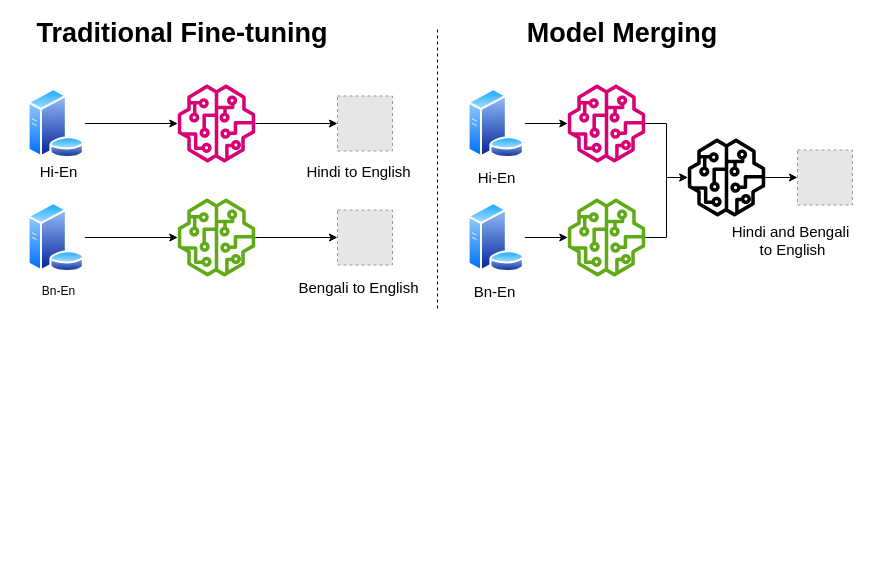
Earlier version of the draw.io diagram mt-merging.drawio (babangain/drawio). Source tidied: cells renumbered, new cells numbered last; positions are measured from the earlier drawing's top-left corner, leaving out a move shared by most shapes. Both pictures are drawn from the tidied source at 100%, with x=0, y=0 at pixel (17, 18). Pictures stored in the file or linked from it are replaced by grey dashed boxes.
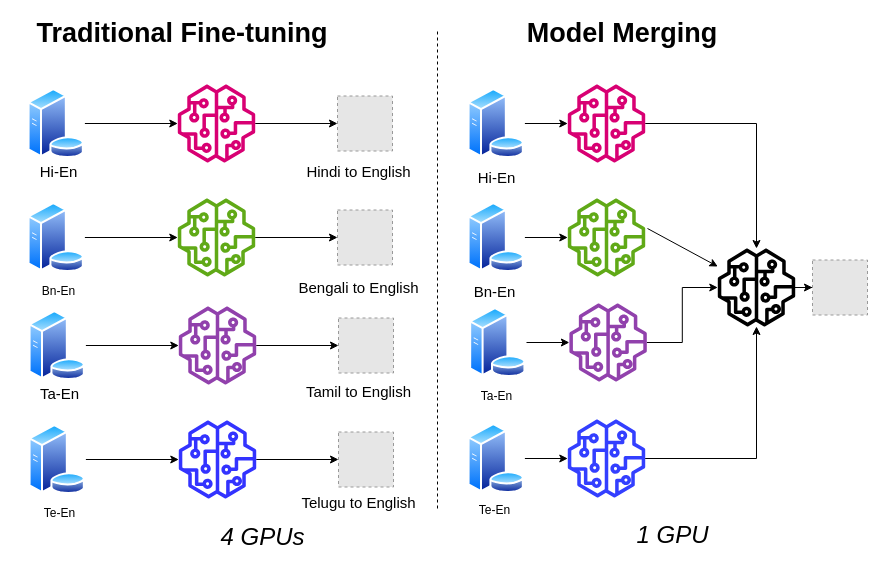
Above is the later version.

The change refers to these unchanged cells:
```xml
<mxCell id="21" style="sketch=0;outlineConnect=0;fillColor=#60a917;strokeColor=#2D7600;dashed=0;verticalLabelPosition=bottom;verticalAlign=top;align=center;html=1;fontSize=12;fontStyle=0;shape=mxgraph.aws4.sagemaker_model;fontColor=#ffffff;" parent="1" vertex="1">
  <mxGeometry x="550" y="180" width="78" height="78" as="geometry" />
</mxCell>
```

The edit, as a diff of the source:
```diff
@@
-    <mxCell id="20" style="edgeStyle=orthogonalEdgeStyle;rounded=0;jettySize=auto;html=1;" parent="1" edge="1" source="21" target="25">
-      <mxGeometry relative="1" as="geometry" />
-    </mxCell>
@@
     <mxCell id="25" style="sketch=0;outlineConnect=0;fillColor=light-dark(#2ec27e, #43303c);strokeColor=#996185;dashed=0;verticalLabelPosition=bottom;verticalAlign=top;align=center;html=1;fontSize=12;fontStyle=0;shape=mxgraph.aws4.sagemaker_model;gradientColor=#d5739d;" parent="1" vertex="1">
-      <mxGeometry x="670" y="120" width="78" height="78" as="geometry" />
+      <mxGeometry x="700" y="230" width="78" height="78" as="geometry" />
     </mxCell>
     <mxCell id="26" style="fillColor=#E6E6E6;strokeColor=#999999;dashed=1;html=1;verticalLabelPosition=bottom;labelBackgroundColor=#ffffff;verticalAlign=top;" parent="1" vertex="1">
-      <mxGeometry x="780" y="131.5" width="55" height="55" as="geometry" />
+      <mxGeometry x="795" y="241.5" width="55" height="55" as="geometry" />
     </mxCell>
@@
     <mxCell id="29" style="endArrow=none;dashed=1;html=1;rounded=0;" parent="1" edge="1">
       <mxGeometry relative="1" as="geometry">
-        <mxPoint x="420" y="290" as="sourcePoint" />
+        <mxPoint x="420" y="490" as="sourcePoint" />
         <mxPoint x="420" y="10" as="targetPoint" />
       </mxGeometry>
     </mxCell>
@@
-    <mxCell id="32" value="&lt;div&gt;&lt;font style=&quot;font-size: 15px;&quot;&gt;Hindi and Bengali&amp;nbsp;&lt;/font&gt;&lt;/div&gt;&lt;div&gt;&lt;font style=&quot;font-size: 15px;&quot;&gt;to English&lt;/font&gt;&lt;/div&gt;" style="text;html=1;align=center;verticalAlign=middle;strokeColor=none;fillColor=none;" parent="1" vertex="1">
-      <mxGeometry x="700" y="196.5" width="150" height="50" as="geometry" />
-    </mxCell>
+    <mxCell id="33" style="edgeStyle=orthogonalEdgeStyle;rounded=0;jettySize=auto;html=1;" parent="1" edge="1" source="34" target="36">
+      <mxGeometry relative="1" as="geometry" />
+    </mxCell>
+    <mxCell id="34" style="image;perimeter=ellipsePerimeter;html=1;align=center;shadow=0;dashed=0;spacingTop=3;image=img/lib/active_directory/database_server.svg;" parent="1" vertex="1">
+      <mxGeometry x="11" y="292" width="57.4" height="70" as="geometry" />
+    </mxCell>
+    <mxCell id="35" style="edgeStyle=orthogonalEdgeStyle;rounded=0;jettySize=auto;html=1;" parent="1" edge="1" source="36" target="41">
+      <mxGeometry relative="1" as="geometry" />
+    </mxCell>
+    <mxCell id="36" style="sketch=0;outlineConnect=0;fillColor=light-dark(#9141ac, #ff90f3);strokeColor=#A50040;dashed=0;verticalLabelPosition=bottom;verticalAlign=top;align=center;html=1;fontSize=12;fontStyle=0;shape=mxgraph.aws4.sagemaker_model;fontColor=#ffffff;" parent="1" vertex="1">
+      <mxGeometry x="161" y="288" width="78" height="78" as="geometry" />
+    </mxCell>
+    <mxCell id="37" style="edgeStyle=orthogonalEdgeStyle;rounded=0;jettySize=auto;html=1;" parent="1" edge="1" source="38" target="40">
+      <mxGeometry relative="1" as="geometry" />
+    </mxCell>
+    <mxCell id="38" style="image;perimeter=ellipsePerimeter;html=1;align=center;shadow=0;dashed=0;spacingTop=3;image=img/lib/active_directory/database_server.svg;" parent="1" vertex="1">
+      <mxGeometry x="11" y="406" width="57.4" height="70" as="geometry" />
+    </mxCell>
+    <mxCell id="39" style="edgeStyle=orthogonalEdgeStyle;rounded=0;jettySize=auto;html=1;" parent="1" edge="1" source="40" target="42">
+      <mxGeometry relative="1" as="geometry" />
+    </mxCell>
+    <mxCell id="40" style="sketch=0;outlineConnect=0;fillColor=#3333FF;strokeColor=#2D7600;dashed=0;verticalLabelPosition=bottom;verticalAlign=top;align=center;html=1;fontSize=12;fontStyle=0;shape=mxgraph.aws4.sagemaker_model;fontColor=#ffffff;" parent="1" vertex="1">
+      <mxGeometry x="161" y="402" width="78" height="78" as="geometry" />
+    </mxCell>
+    <mxCell id="41" style="fillColor=#E6E6E6;strokeColor=#999999;dashed=1;html=1;verticalLabelPosition=bottom;labelBackgroundColor=#ffffff;verticalAlign=top;" parent="1" vertex="1">
+      <mxGeometry x="321" y="299.5" width="55" height="55" as="geometry" />
+    </mxCell>
+    <mxCell id="42" style="fillColor=#E6E6E6;strokeColor=#999999;dashed=1;html=1;verticalLabelPosition=bottom;labelBackgroundColor=#ffffff;verticalAlign=top;" parent="1" vertex="1">
+      <mxGeometry x="321" y="413.5" width="55" height="55" as="geometry" />
+    </mxCell>
+    <mxCell id="43" value="&lt;font style=&quot;font-size: 15px;&quot;&gt;Ta-En&lt;/font&gt;" style="text;html=1;align=center;verticalAlign=middle;strokeColor=none;fillColor=none;" parent="1" vertex="1">
+      <mxGeometry x="12" y="360" width="60" height="30" as="geometry" />
+    </mxCell>
+    <mxCell id="44" value="Te-En" style="text;html=1;align=center;verticalAlign=middle;strokeColor=none;fillColor=none;" parent="1" vertex="1">
+      <mxGeometry x="12" y="480" width="60" height="30" as="geometry" />
+    </mxCell>
+    <mxCell id="45" style="edgeStyle=orthogonalEdgeStyle;rounded=0;jettySize=auto;html=1;" parent="1" edge="1" source="46" target="48">
+      <mxGeometry relative="1" as="geometry" />
+    </mxCell>
+    <mxCell id="46" style="image;perimeter=ellipsePerimeter;html=1;align=center;shadow=0;dashed=0;spacingTop=3;image=img/lib/active_directory/database_server.svg;" parent="1" vertex="1">
+      <mxGeometry x="451.6" y="289" width="57.4" height="70" as="geometry" />
+    </mxCell>
+    <mxCell id="47" style="edgeStyle=orthogonalEdgeStyle;rounded=0;jettySize=auto;html=1;" parent="1" edge="1" source="48" target="25">
+      <mxGeometry relative="1" as="geometry" />
+    </mxCell>
+    <mxCell id="48" style="sketch=0;outlineConnect=0;fillColor=light-dark(#9141ac, #4a890c);strokeColor=#2D7600;dashed=0;verticalLabelPosition=bottom;verticalAlign=top;align=center;html=1;fontSize=12;fontStyle=0;shape=mxgraph.aws4.sagemaker_model;fontColor=#ffffff;" parent="1" vertex="1">
+      <mxGeometry x="551.6" y="285" width="78" height="78" as="geometry" />
+    </mxCell>
+    <mxCell id="49" value="Ta-En" style="text;html=1;align=center;verticalAlign=middle;strokeColor=none;fillColor=none;" parent="1" vertex="1">
+      <mxGeometry x="449" y="363" width="60" height="30" as="geometry" />
+    </mxCell>
+    <mxCell id="50" style="edgeStyle=orthogonalEdgeStyle;rounded=0;jettySize=auto;html=1;" parent="1" edge="1" source="51" target="52">
+      <mxGeometry relative="1" as="geometry" />
+    </mxCell>
+    <mxCell id="51" style="image;perimeter=ellipsePerimeter;html=1;align=center;shadow=0;dashed=0;spacingTop=3;image=img/lib/active_directory/database_server.svg;" parent="1" vertex="1">
+      <mxGeometry x="450" y="405" width="57.4" height="70" as="geometry" />
+    </mxCell>
+    <mxCell id="52" style="sketch=0;outlineConnect=0;fillColor=light-dark(#333fff, #4a890c);strokeColor=#2D7600;dashed=0;verticalLabelPosition=bottom;verticalAlign=top;align=center;html=1;fontSize=12;fontStyle=0;shape=mxgraph.aws4.sagemaker_model;fontColor=#ffffff;" parent="1" vertex="1">
+      <mxGeometry x="550" y="401" width="78" height="78" as="geometry" />
+    </mxCell>
+    <mxCell id="53" value="Te-En" style="text;html=1;align=center;verticalAlign=middle;strokeColor=none;fillColor=none;" parent="1" vertex="1">
+      <mxGeometry x="447.4" y="477" width="60" height="30" as="geometry" />
+    </mxCell>
+    <mxCell id="54" style="endArrow=classic;html=1;rounded=0;" parent="1" edge="1" source="52" target="25">
+      <mxGeometry relative="1" as="geometry">
+        <Array as="points">
+          <mxPoint x="739" y="440" />
+        </Array>
+      </mxGeometry>
+    </mxCell>
+    <mxCell id="55" style="endArrow=classic;html=1;rounded=0;" parent="1" edge="1" target="25">
+      <mxGeometry relative="1" as="geometry">
+        <mxPoint x="630" y="210" as="sourcePoint" />
+      </mxGeometry>
+    </mxCell>
+    <mxCell id="56" value="&lt;font style=&quot;font-size: 15px;&quot;&gt;Tamil to English&lt;/font&gt;" style="text;html=1;align=center;verticalAlign=middle;strokeColor=none;fillColor=none;" parent="1" vertex="1">
+      <mxGeometry x="276" y="358" width="130" height="30" as="geometry" />
+    </mxCell>
+    <mxCell id="57" value="&lt;font style=&quot;font-size: 15px;&quot;&gt;Telugu to English&lt;/font&gt;" style="text;html=1;align=center;verticalAlign=middle;strokeColor=none;fillColor=none;" parent="1" vertex="1">
+      <mxGeometry x="271" y="468.5" width="140" height="30" as="geometry" />
+    </mxCell>
+    <mxCell id="58" value="&lt;font style=&quot;font-size: 24px;&quot;&gt;&lt;i&gt;4 GPUs&lt;/i&gt;&lt;/font&gt;" style="text;html=1;align=center;verticalAlign=middle;strokeColor=none;fillColor=none;" parent="1" vertex="1">
+      <mxGeometry x="190" y="498.5" width="110" height="40" as="geometry" />
+    </mxCell>
+    <mxCell id="59" value="&lt;font style=&quot;font-size: 24px;&quot;&gt;&lt;i&gt;1 GPU&lt;/i&gt;&lt;/font&gt;" style="text;html=1;align=center;verticalAlign=middle;strokeColor=none;fillColor=none;" parent="1" vertex="1">
+      <mxGeometry x="605" y="497" width="100" height="40" as="geometry" />
+    </mxCell>
```
